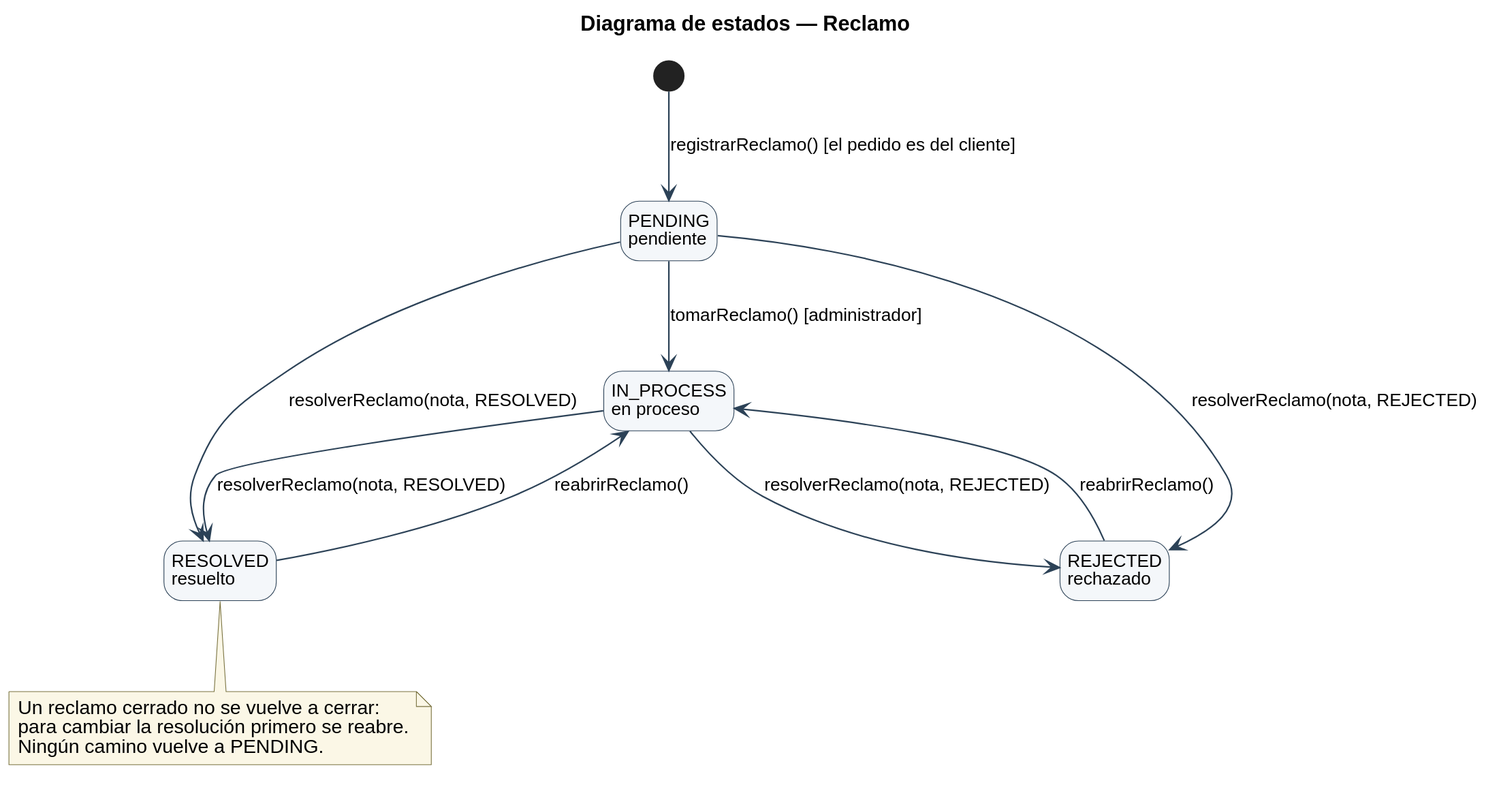
Nahuelito-Dev/splg-docs keeps this PlantUML diagram as diagramas/uml/UML_Estados_Reclamo.svg. Above is the earlier version.
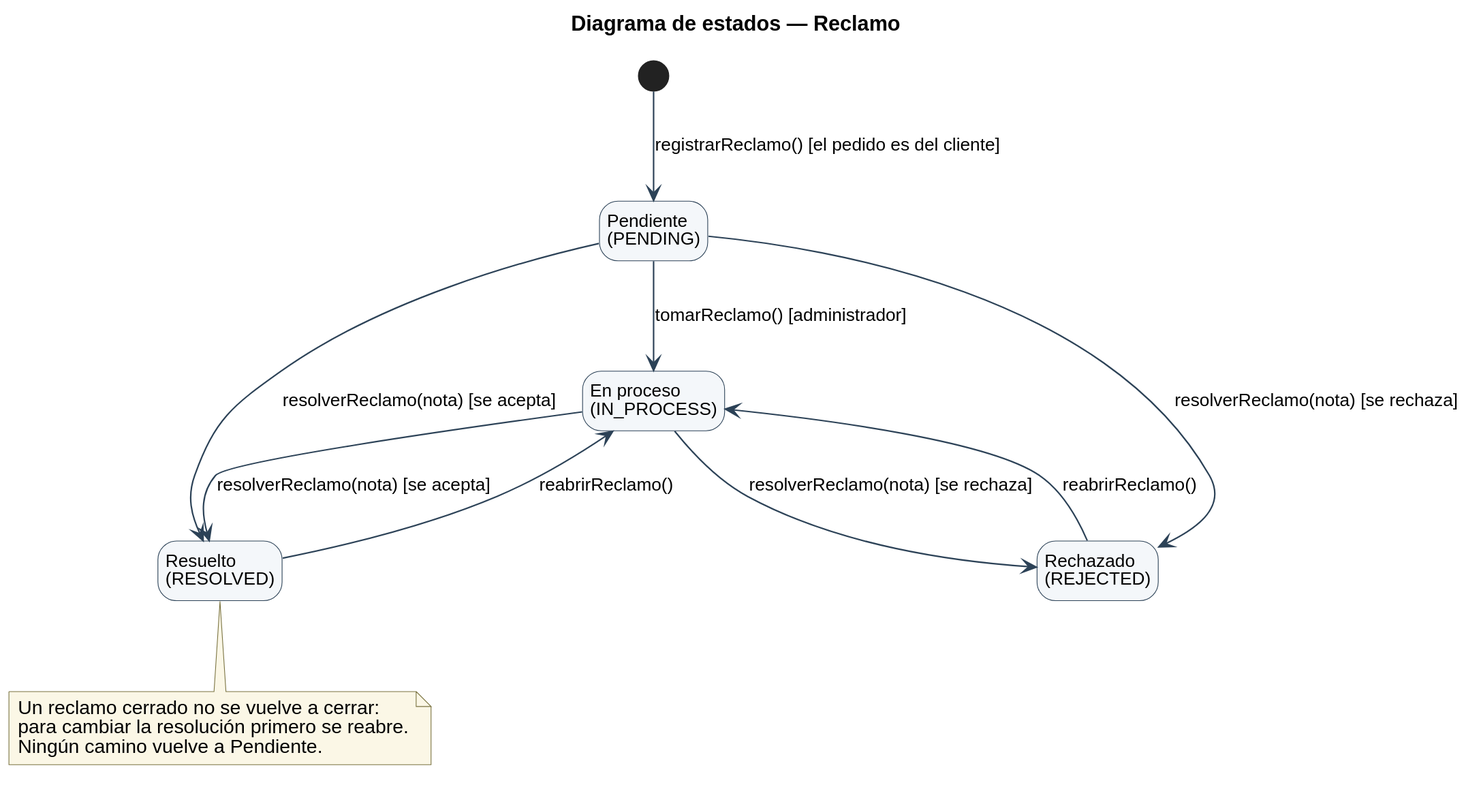
Above is the later version.

Change to the diagram source:
```diff
@@ -17,23 +17,23 @@
 skinparam NoteBackgroundColor #FBF7E6
 skinparam NoteBorderColor #7A7340
 hide empty description
-state "PENDING\npendiente" as PENDING
-state "IN_PROCESS\nen proceso" as IN_PROCESS
-state "RESOLVED\nresuelto" as RESOLVED
-state "REJECTED\nrechazado" as REJECTED
+state "Pendiente\n(PENDING)" as PENDING
+state "En proceso\n(IN_PROCESS)" as IN_PROCESS
+state "Resuelto\n(RESOLVED)" as RESOLVED
+state "Rechazado\n(REJECTED)" as REJECTED
 
 [*] --> PENDING : registrarReclamo() [el pedido es del cliente]
 PENDING --> IN_PROCESS : tomarReclamo() [administrador]
-PENDING --> RESOLVED : resolverReclamo(nota, RESOLVED)
-PENDING --> REJECTED : resolverReclamo(nota, REJECTED)
-IN_PROCESS --> RESOLVED : resolverReclamo(nota, RESOLVED)
-IN_PROCESS --> REJECTED : resolverReclamo(nota, REJECTED)
+PENDING --> RESOLVED : resolverReclamo(nota) [se acepta]
+PENDING --> REJECTED : resolverReclamo(nota) [se rechaza]
+IN_PROCESS --> RESOLVED : resolverReclamo(nota) [se acepta]
+IN_PROCESS --> REJECTED : resolverReclamo(nota) [se rechaza]
 RESOLVED --> IN_PROCESS : reabrirReclamo()
 REJECTED --> IN_PROCESS : reabrirReclamo()
 
 note bottom of RESOLVED
   Un reclamo cerrado no se vuelve a cerrar:
   para cambiar la resolución primero se reabre.
-  Ningún camino vuelve a PENDING.
+  Ningún camino vuelve a Pendiente.
 end note
 @enduml
```
